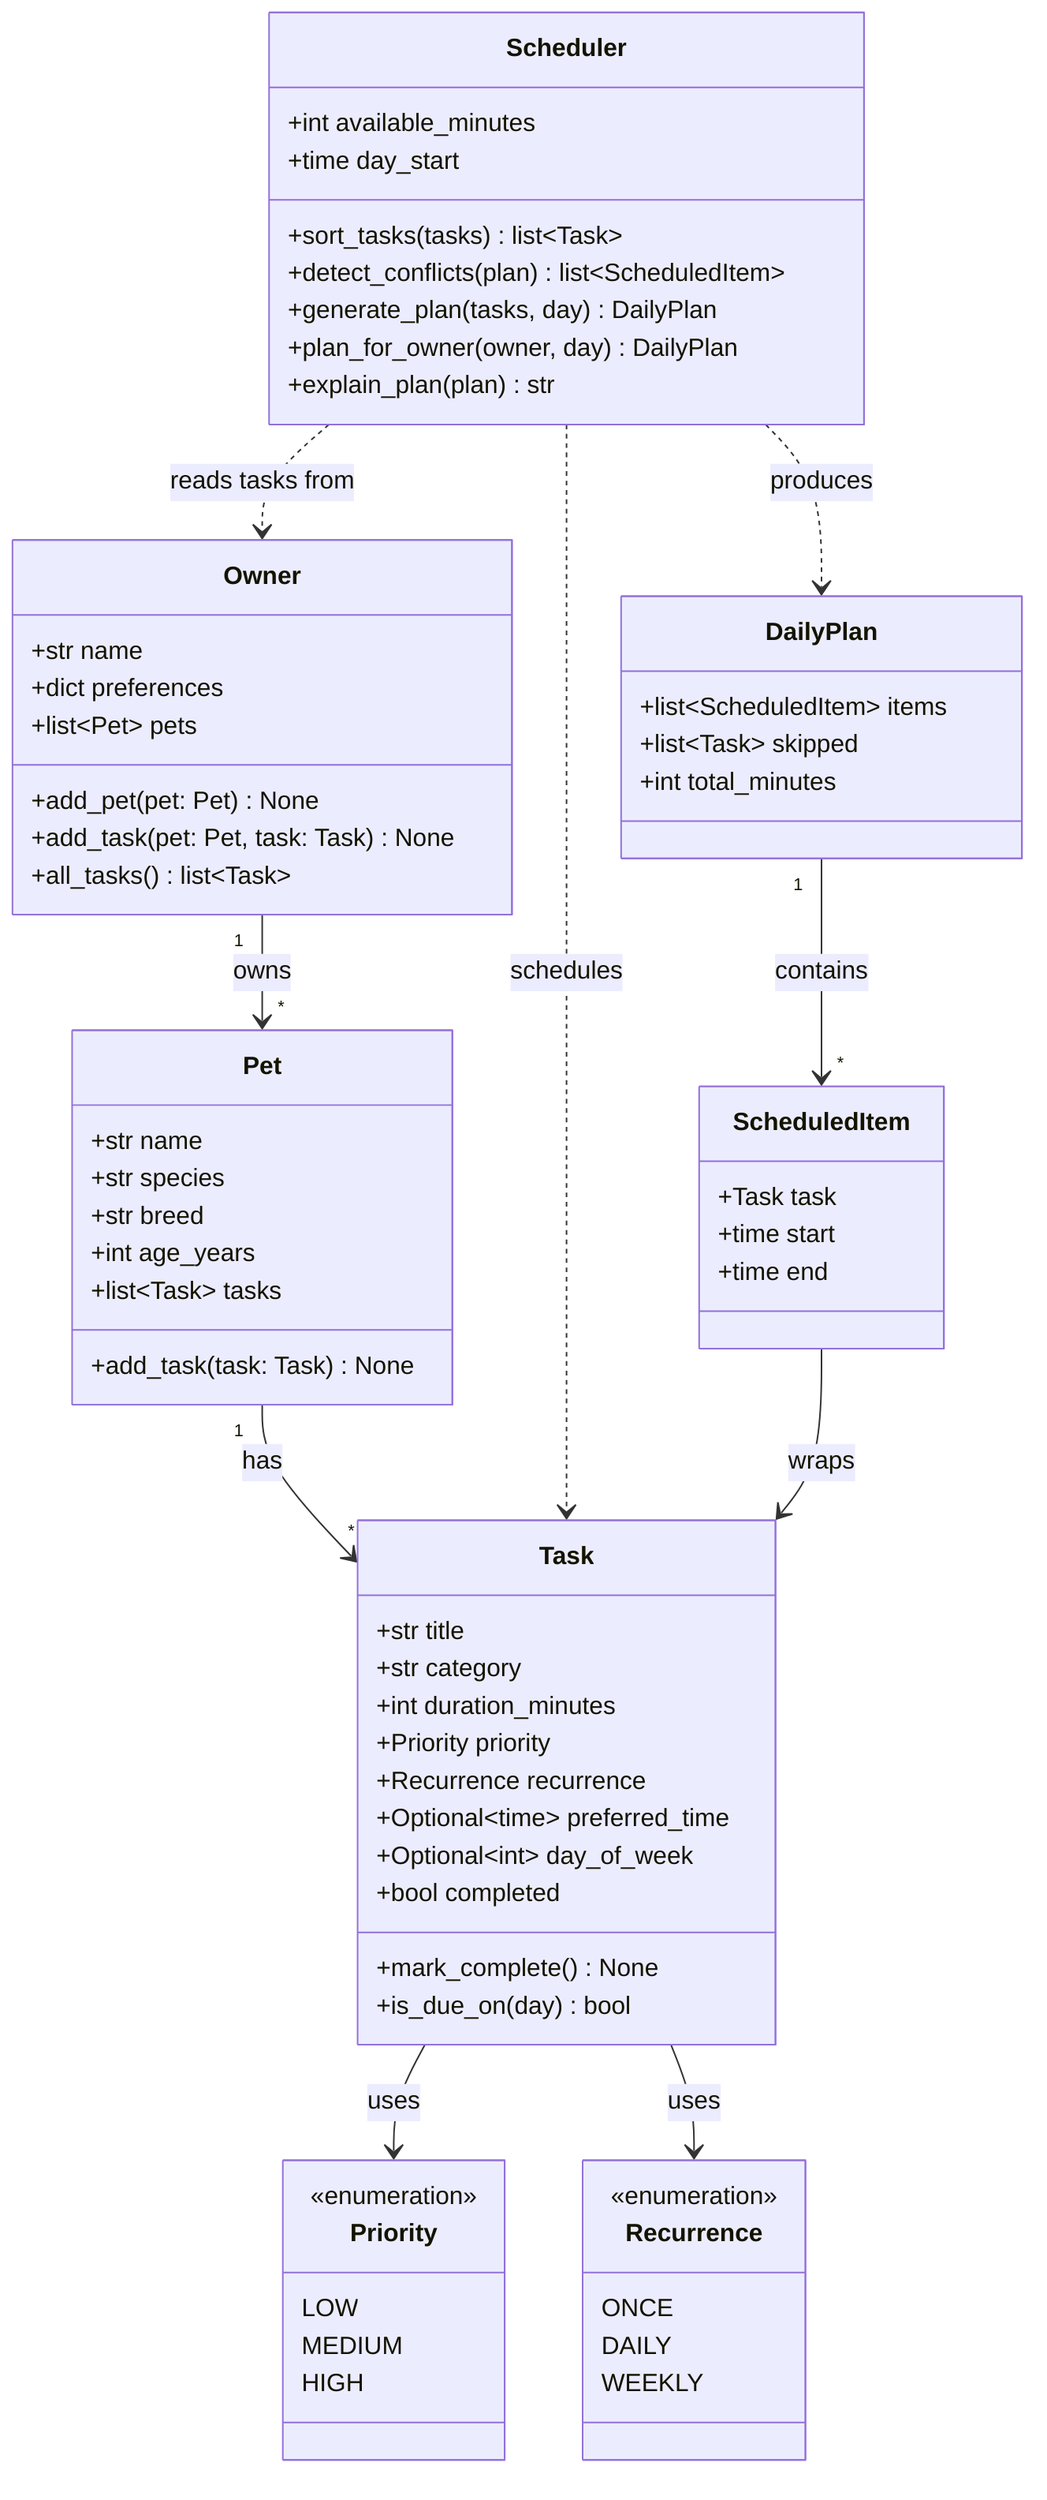
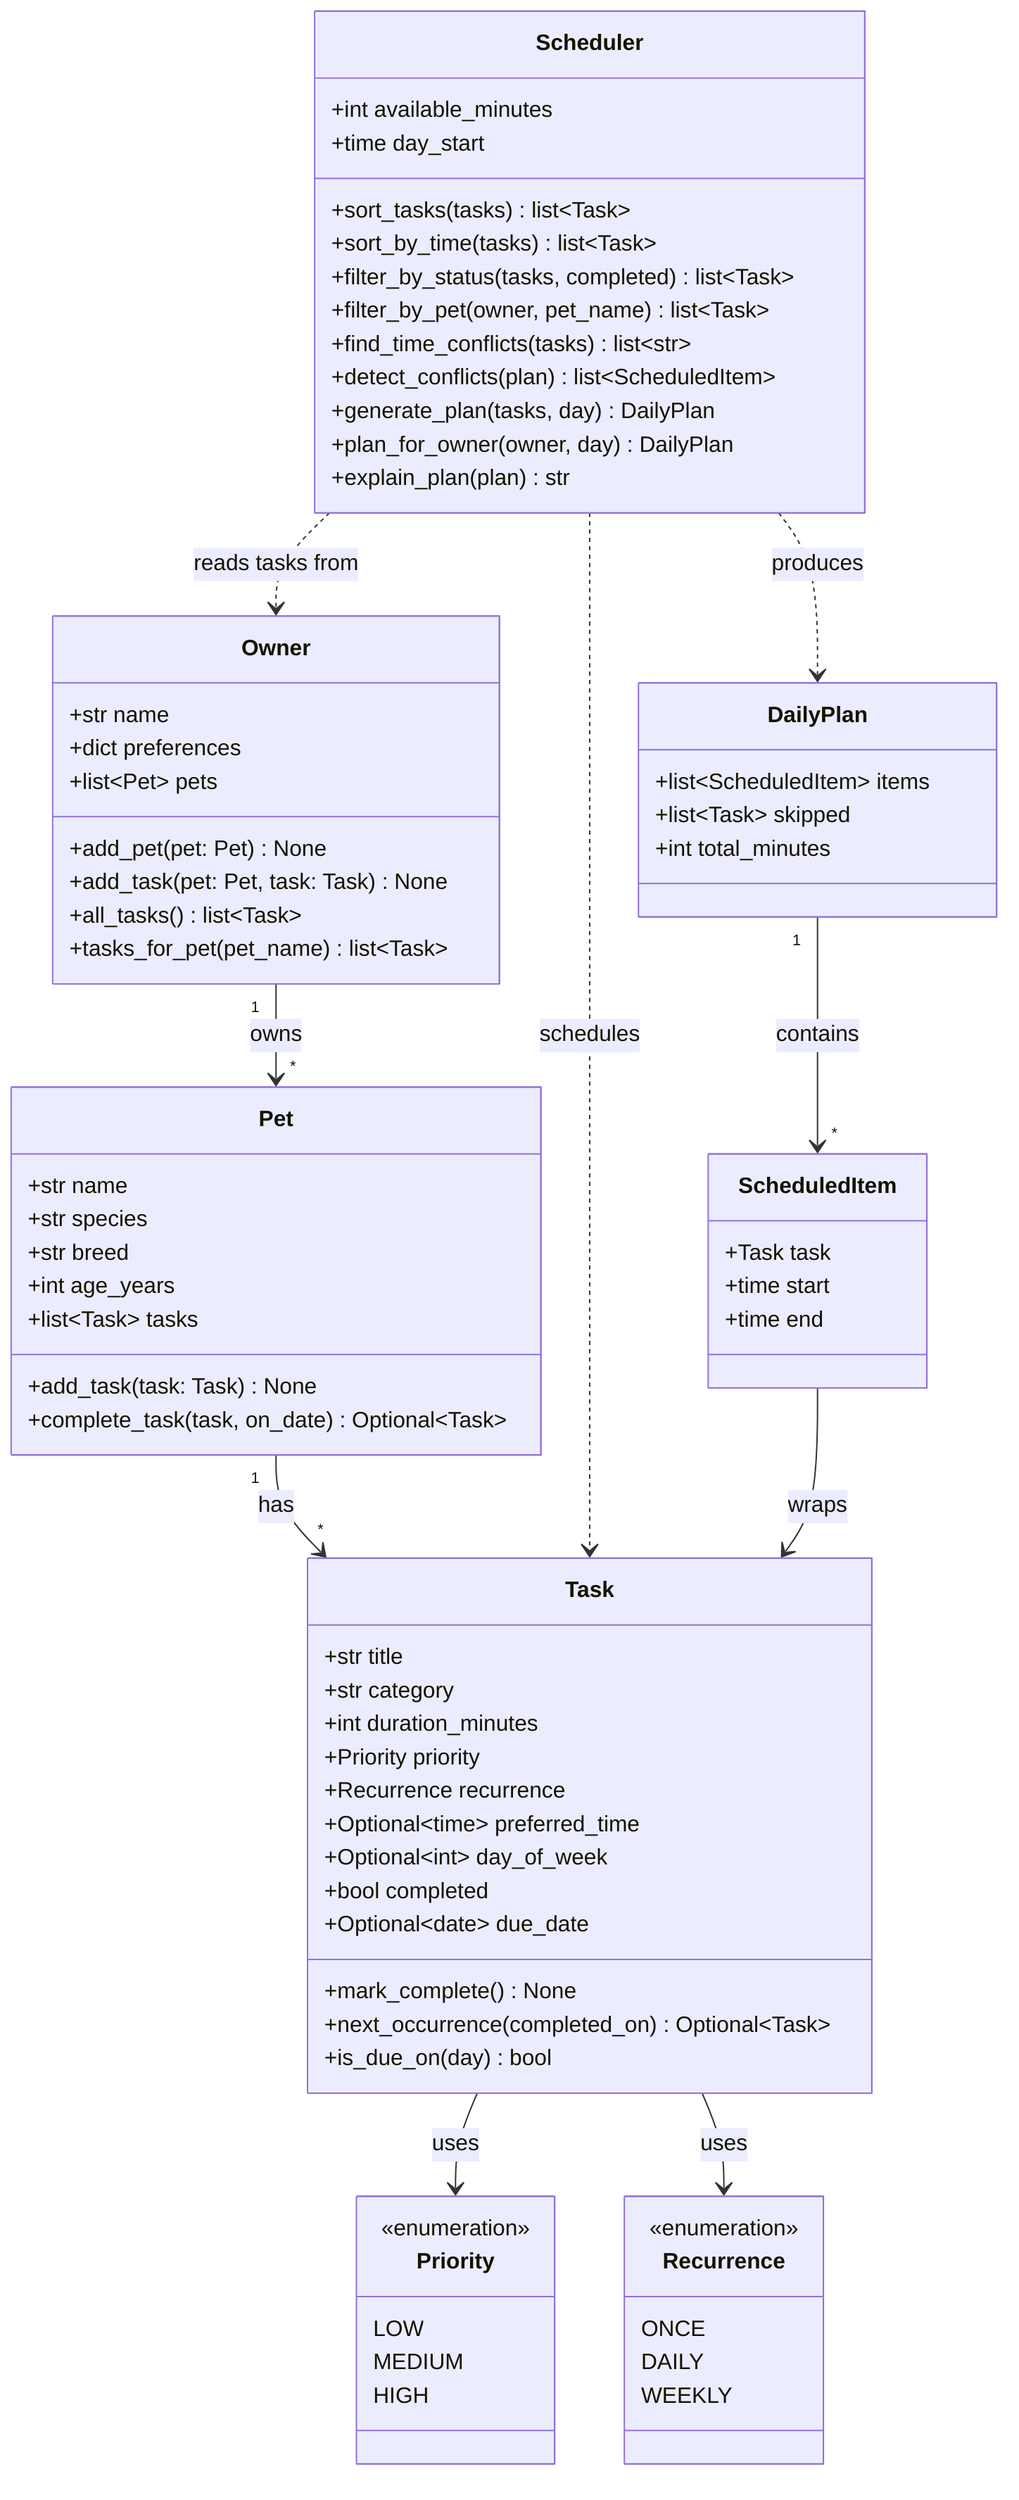
classDiagram
    %% PawPal+ class design (Phase 1 draft — update in Phase 6 to match implementation)

    class Owner {
        +str name
        +dict preferences
        +list~Pet~ pets
        +add_pet(pet: Pet) None
        +add_task(pet: Pet, task: Task) None
        +all_tasks() list~Task~
+         +tasks_for_pet(pet_name) list~Task~
    }

    class Pet {
        +str name
        +str species
        +str breed
        +int age_years
        +list~Task~ tasks
        +add_task(task: Task) None
+         +complete_task(task, on_date) Optional~Task~
    }

    class Task {
        +str title
        +str category
        +int duration_minutes
        +Priority priority
        +Recurrence recurrence
        +Optional~time~ preferred_time
        +Optional~int~ day_of_week
        +bool completed
+         +Optional~date~ due_date
        +mark_complete() None
+         +next_occurrence(completed_on) Optional~Task~
        +is_due_on(day) bool
    }

    class Scheduler {
        +int available_minutes
        +time day_start
        +sort_tasks(tasks) list~Task~
+         +sort_by_time(tasks) list~Task~
+         +filter_by_status(tasks, completed) list~Task~
+         +filter_by_pet(owner, pet_name) list~Task~
+         +find_time_conflicts(tasks) list~str~
        +detect_conflicts(plan) list~ScheduledItem~
        +generate_plan(tasks, day) DailyPlan
        +plan_for_owner(owner, day) DailyPlan
        +explain_plan(plan) str
    }

    class ScheduledItem {
        +Task task
        +time start
        +time end
    }

    class DailyPlan {
        +list~ScheduledItem~ items
        +list~Task~ skipped
        +int total_minutes
    }

    class Priority {
        <<enumeration>>
        LOW
        MEDIUM
        HIGH
    }

    class Recurrence {
        <<enumeration>>
        ONCE
        DAILY
        WEEKLY
    }

    Owner "1" --> "*" Pet : owns
    Pet "1" --> "*" Task : has
    Scheduler ..> Task : schedules
    Scheduler ..> Owner : reads tasks from
    Scheduler ..> DailyPlan : produces
    DailyPlan "1" --> "*" ScheduledItem : contains
    ScheduledItem --> Task : wraps
    Task --> Priority : uses
    Task --> Recurrence : uses
